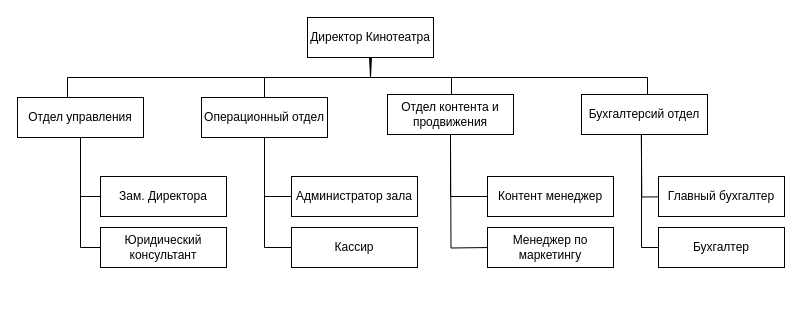
Fatur161/ISCinema keeps this draw.io diagram as OrgDia.drawio. Above is the earlier version. Source tidied: cells renumbered, new cells numbered last; positions are measured from the earlier drawing's top-left corner, leaving out a move shared by most shapes. Both pictures are drawn from the tidied source at 100%, with x=0, y=0 at pixel (17, 17).
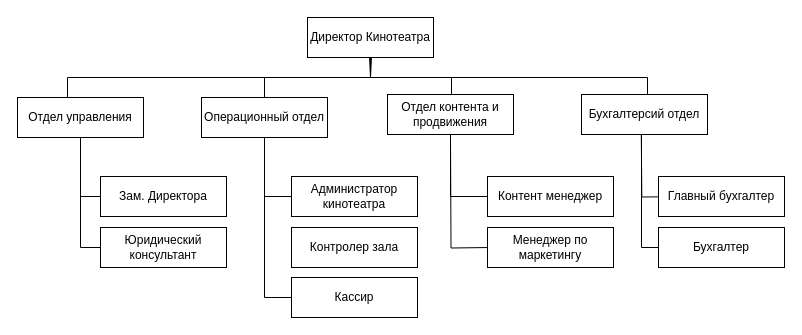
The same page after the edit.

Diff of the diagram source:
```diff
@@
-    <mxCell id="9" style="edgeStyle=orthogonalEdgeStyle;rounded=0;orthogonalLoop=1;jettySize=auto;html=1;entryX=0.5;entryY=1;entryDx=0;entryDy=0;endArrow=none;endFill=0;" parent="1" edge="1">
+    <mxCell id="9" style="edgeStyle=orthogonalEdgeStyle;rounded=0;jettySize=auto;html=1;entryX=0.5;entryY=1;entryDx=0;entryDy=0;endArrow=none;endFill=0;exitX=0;exitY=0.5;exitDx=0;exitDy=0;" parent="1" edge="1" source="10">
       <mxGeometry relative="1" as="geometry">
-        <mxPoint x="292" y="230" as="sourcePoint" />
         <mxPoint x="265" y="120" as="targetPoint" />
         <Array as="points">
-          <mxPoint x="247" y="230" />
+          <mxPoint x="247" y="280" />
+          <mxPoint x="247" y="120" />
         </Array>
       </mxGeometry>
     </mxCell>
     <mxCell id="10" value="Кассир" style="rounded=0;whiteSpace=wrap;html=1;" parent="1" vertex="1">
-      <mxGeometry x="274" y="210" width="126" height="40" as="geometry" />
+      <mxGeometry x="274" y="260" width="126" height="40" as="geometry" />
     </mxCell>
-    <mxCell id="11" value="Администратор зала" style="rounded=0;whiteSpace=wrap;html=1;" parent="1" vertex="1">
+    <mxCell id="11" value="Администратор кинотеатра" style="rounded=0;whiteSpace=wrap;html=1;" parent="1" vertex="1">
       <mxGeometry x="274" y="159" width="126" height="40" as="geometry" />
     </mxCell>
@@
+    <mxCell id="27" value="Контролер зала" style="rounded=0;whiteSpace=wrap;html=1;" parent="1" vertex="1">
+      <mxGeometry x="274" y="210" width="126" height="40" as="geometry" />
+    </mxCell>
```
